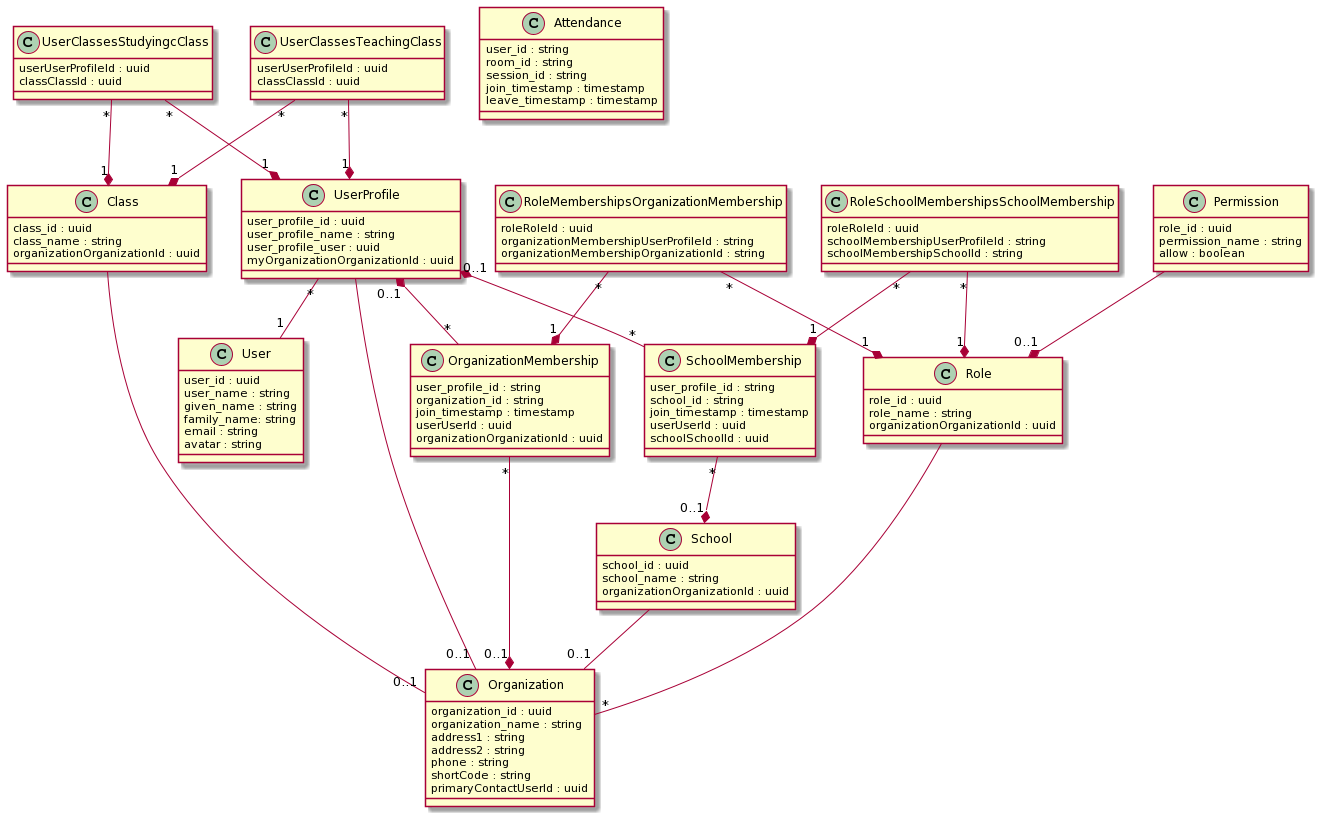
Above: documents/dbschema.png in Klasmart-Engineering/user-service (PlantUML), before the change.
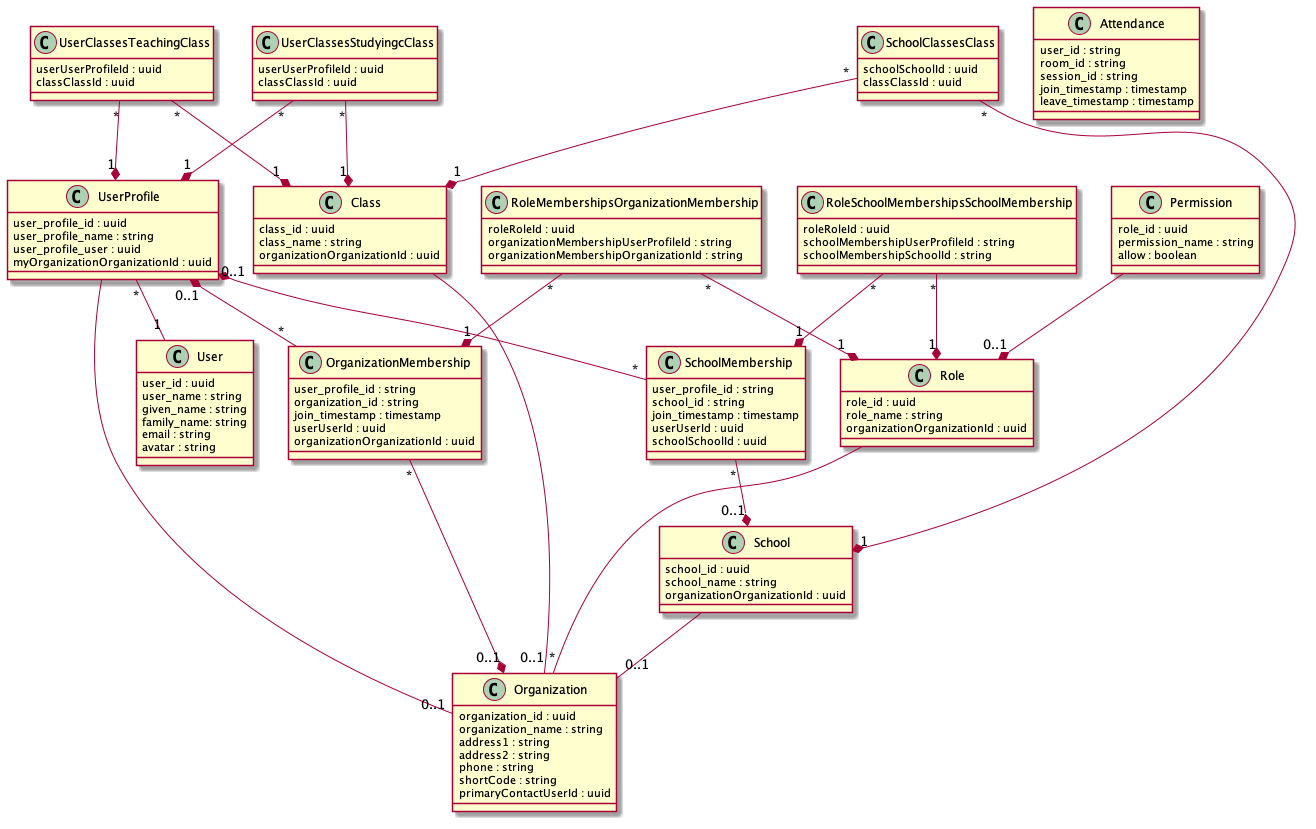
Later version of the same file.

Commit message:
📖 Add school classes relation to schema document

Change to the diagram source:
```diff
@@ -95,6 +95,11 @@
   classClassId : uuid
 }
 
+class SchoolClassesClass {
+  schoolSchoolId : uuid
+  classClassId : uuid
+}
+
 Role -- "*" Organization
 UserProfile -- "0..1" Organization
 UserProfile "0..1" *-- "*" OrganizationMembership
@@ -113,4 +118,7 @@
 UserClassesStudyingcClass "*" --* "1" Class
 UserClassesTeachingClass "*" --* "1" UserProfile
 UserClassesTeachingClass "*" --* "1" Class
+SchoolClassesClass "*" --* "1" School
+SchoolClassesClass "*" --* "1" Class
+
 @enduml
```
